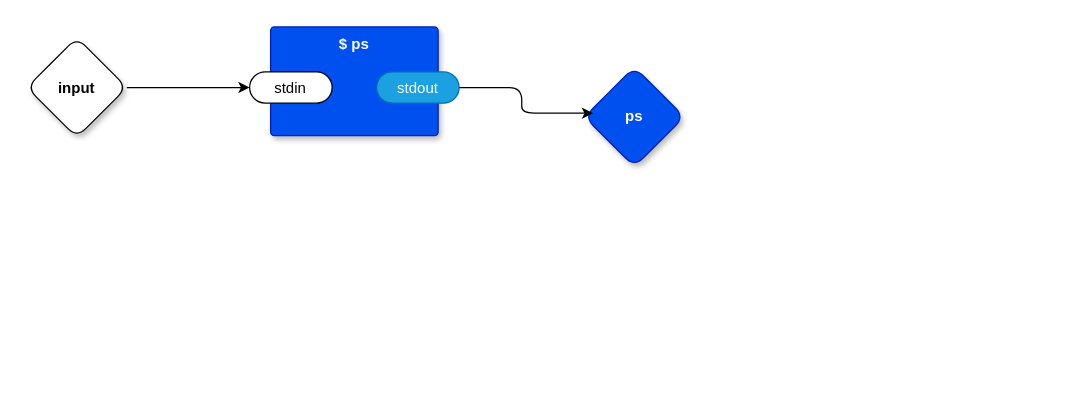
The draw.io diagram vsh.drawio in guitarvydas/odin0d, before the edit. Source tidied: cells renumbered, new cells numbered last; positions are measured from the earlier drawing's top-left corner, leaving out a move shared by most shapes. Both pictures are drawn from the tidied source at 125%, with x=0, y=0 at pixel (26, 26).
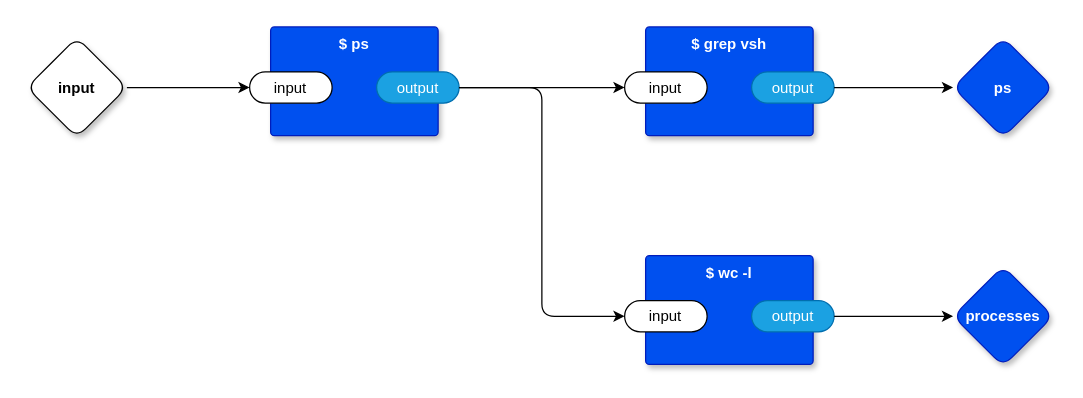
Above is the later version.

The edit, as a diff of the source:
```diff
@@
 <mxGraphModel>
   <root>
-    <mxCell id="0" />
-    <mxCell id="1" parent="0" />
-    <mxCell id="2" style="edgeStyle=orthogonalEdgeStyle;rounded=1;jettySize=auto;html=1;exitX=1;exitY=0.5;exitDx=0;exitDy=0;exitPerimeter=0;entryX=0;entryY=0.5;entryDx=0;entryDy=0;entryPerimeter=0;" parent="1" edge="1" source="3" target="6">
-      <mxGeometry relative="1" as="geometry" />
-    </mxCell>
+    <mxCell id="9" />
+    <mxCell id="10" parent="9" />
+    <mxCell id="11" style="edgeStyle=orthogonalEdgeStyle;rounded=1;jettySize=auto;html=1;exitX=1;exitY=0.5;exitDx=0;exitDy=0;exitPerimeter=0;entryX=0;entryY=0.5;entryDx=0;entryDy=0;entryPerimeter=0;" parent="10" edge="1" source="3" target="12">
+      <mxGeometry relative="1" as="geometry" />
+    </mxCell>
-    <mxCell id="3" value="input" style="rhombus;whiteSpace=wrap;html=1;rounded=1;fontStyle=1;glass=0;sketch=0;fontSize=12;points=[[0,0.5,0,0,0],[0.5,0,0,0,0],[0.5,1,0,0,0],[1,0.5,0,0,0]];shadow=1;" parent="1" vertex="1">
+    <mxCell id="3" value="input" style="rhombus;whiteSpace=wrap;html=1;rounded=1;fontStyle=1;glass=0;sketch=0;fontSize=12;points=[[0,0.5,0,0,0],[0.5,0,0,0,0],[0.5,1,0,0,0],[1,0.5,0,0,0]];shadow=1;" parent="10" vertex="1">
       <mxGeometry y="8.5" width="80" height="80" as="geometry" />
     </mxCell>
-    <mxCell id="4" value="ps" style="rhombus;whiteSpace=wrap;html=1;rounded=1;fillColor=#0050ef;fontColor=#ffffff;strokeColor=#001DBC;fontStyle=1;glass=0;sketch=0;fontSize=12;points=[[0,0.5,0,0,0],[0.5,0,0,0,0],[0.5,1,0,0,0],[1,0.5,0,0,0]];shadow=1;" parent="1" vertex="1">
-      <mxGeometry x="446" y="32" width="80" height="80" as="geometry" />
+    <mxCell id="4" value="ps" style="rhombus;whiteSpace=wrap;html=1;rounded=1;fillColor=#0050ef;fontColor=#ffffff;strokeColor=#001DBC;fontStyle=1;glass=0;sketch=0;fontSize=12;points=[[0,0.5,0,0,0],[0.5,0,0,0,0],[0.5,1,0,0,0],[1,0.5,0,0,0]];shadow=1;" parent="10" vertex="1">
+      <mxGeometry x="741" y="8.5" width="80" height="80" as="geometry" />
     </mxCell>
-    <mxCell id="5" value="$ ps" style="rounded=1;whiteSpace=wrap;html=1;sketch=0;verticalAlign=top;arcSize=6;fontStyle=1;absoluteArcSize=1;shadow=1;strokeColor=#001DBC;fillColor=#0050ef;fontColor=#ffffff;" parent="1" vertex="1">
+    <mxCell id="5" value="$ ps" style="rounded=1;whiteSpace=wrap;html=1;sketch=0;verticalAlign=top;arcSize=6;fontStyle=1;absoluteArcSize=1;shadow=1;strokeColor=#001DBC;fillColor=#0050ef;fontColor=#ffffff;" parent="10" vertex="1">
       <mxGeometry x="195" width="134" height="87" as="geometry" />
     </mxCell>
-    <mxCell id="6" value="stdin" style="rounded=1;whiteSpace=wrap;html=1;sketch=0;points=[[0,0.5,0,0,0],[1,0.5,0,0,0]];arcSize=50;" parent="5" vertex="1">
-      <mxGeometry x="-16.8" y="36" width="66" height="25" as="geometry" />
-    </mxCell>
-    <mxCell id="7" value="stdout" style="rounded=1;whiteSpace=wrap;html=1;sketch=0;points=[[0,0.5,0,0,0],[1,0.5,0,0,0]];fillColor=#1ba1e2;fontColor=#ffffff;strokeColor=#006EAF;arcSize=50;" parent="5" vertex="1">
-      <mxGeometry x="84.8" y="36" width="66" height="25" as="geometry" />
-    </mxCell>
-    <mxCell id="8" style="edgeStyle=orthogonalEdgeStyle;rounded=1;jettySize=auto;html=1;exitX=1;exitY=0.5;exitDx=0;exitDy=0;exitPerimeter=0;entryX=0.088;entryY=0.463;entryDx=0;entryDy=0;entryPerimeter=0;" parent="1" edge="1" source="7" target="4">
-      <mxGeometry relative="1" as="geometry" />
-    </mxCell>
+    <mxCell id="12" value="input" style="rounded=1;whiteSpace=wrap;html=1;sketch=0;points=[[0,0.5,0,0,0],[1,0.5,0,0,0]];arcSize=50;" parent="5" vertex="1">
+      <mxGeometry x="-16.8" y="36" width="66" height="25" as="geometry" />
+    </mxCell>
+    <mxCell id="13" value="output" style="rounded=1;whiteSpace=wrap;html=1;sketch=0;points=[[0,0.5,0,0,0],[1,0.5,0,0,0]];fillColor=#1ba1e2;fontColor=#ffffff;strokeColor=#006EAF;arcSize=50;" parent="5" vertex="1">
+      <mxGeometry x="84.8" y="36" width="66" height="25" as="geometry" />
+    </mxCell>
+    <mxCell id="14" value="$ grep vsh" style="rounded=1;whiteSpace=wrap;html=1;sketch=0;verticalAlign=top;arcSize=6;fontStyle=1;absoluteArcSize=1;shadow=1;strokeColor=#001DBC;fillColor=#0050ef;fontColor=#ffffff;" parent="10" vertex="1">
+      <mxGeometry x="495" width="134" height="87" as="geometry" />
+    </mxCell>
+    <mxCell id="15" value="input" style="rounded=1;whiteSpace=wrap;html=1;sketch=0;points=[[0,0.5,0,0,0],[1,0.5,0,0,0]];arcSize=50;" parent="14" vertex="1">
+      <mxGeometry x="-16.8" y="36" width="66" height="25" as="geometry" />
+    </mxCell>
+    <mxCell id="16" value="output" style="rounded=1;whiteSpace=wrap;html=1;sketch=0;points=[[0,0.5,0,0,0],[1,0.5,0,0,0]];fillColor=#1ba1e2;fontColor=#ffffff;strokeColor=#006EAF;arcSize=50;" parent="14" vertex="1">
+      <mxGeometry x="84.8" y="36" width="66" height="25" as="geometry" />
+    </mxCell>
+    <mxCell id="17" style="edgeStyle=orthogonalEdgeStyle;rounded=1;jettySize=auto;html=1;exitX=1;exitY=0.5;exitDx=0;exitDy=0;exitPerimeter=0;entryX=0;entryY=0.5;entryDx=0;entryDy=0;entryPerimeter=0;" parent="10" edge="1" source="16" target="4">
+      <mxGeometry relative="1" as="geometry" />
+    </mxCell>
+    <mxCell id="18" value="$ wc -l" style="rounded=1;whiteSpace=wrap;html=1;sketch=0;verticalAlign=top;arcSize=6;fontStyle=1;absoluteArcSize=1;shadow=1;strokeColor=#001DBC;fillColor=#0050ef;fontColor=#ffffff;" parent="10" vertex="1">
+      <mxGeometry x="495" y="183" width="134" height="87" as="geometry" />
+    </mxCell>
+    <mxCell id="19" value="input" style="rounded=1;whiteSpace=wrap;html=1;sketch=0;points=[[0,0.5,0,0,0],[1,0.5,0,0,0]];arcSize=50;" parent="18" vertex="1">
+      <mxGeometry x="-16.8" y="36" width="66" height="25" as="geometry" />
+    </mxCell>
+    <mxCell id="20" value="output" style="rounded=1;whiteSpace=wrap;html=1;sketch=0;points=[[0,0.5,0,0,0],[1,0.5,0,0,0]];fillColor=#1ba1e2;fontColor=#ffffff;strokeColor=#006EAF;arcSize=50;" parent="18" vertex="1">
+      <mxGeometry x="84.8" y="36" width="66" height="25" as="geometry" />
+    </mxCell>
+    <mxCell id="21" value="processes" style="rhombus;whiteSpace=wrap;html=1;rounded=1;fillColor=#0050ef;fontColor=#ffffff;strokeColor=#001DBC;fontStyle=1;glass=0;sketch=0;fontSize=12;points=[[0,0.5,0,0,0],[0.5,0,0,0,0],[0.5,1,0,0,0],[1,0.5,0,0,0]];shadow=1;" parent="10" vertex="1">
+      <mxGeometry x="741" y="191.5" width="80" height="80" as="geometry" />
+    </mxCell>
+    <mxCell id="22" style="edgeStyle=orthogonalEdgeStyle;rounded=1;jettySize=auto;html=1;exitX=1;exitY=0.5;exitDx=0;exitDy=0;exitPerimeter=0;entryX=0;entryY=0.5;entryDx=0;entryDy=0;entryPerimeter=0;" parent="10" edge="1" source="20" target="21">
+      <mxGeometry relative="1" as="geometry" />
+    </mxCell>
+    <mxCell id="23" style="edgeStyle=orthogonalEdgeStyle;rounded=0;jettySize=auto;html=1;exitX=1;exitY=0.5;exitDx=0;exitDy=0;exitPerimeter=0;entryX=0;entryY=0.5;entryDx=0;entryDy=0;entryPerimeter=0;" parent="10" edge="1" source="13" target="15">
+      <mxGeometry relative="1" as="geometry" />
+    </mxCell>
+    <mxCell id="24" style="edgeStyle=orthogonalEdgeStyle;rounded=1;jettySize=auto;html=1;exitX=1;exitY=0.5;exitDx=0;exitDy=0;exitPerimeter=0;entryX=0;entryY=0.5;entryDx=0;entryDy=0;entryPerimeter=0;" parent="10" edge="1" source="13" target="19">
+      <mxGeometry relative="1" as="geometry" />
+    </mxCell>
   </root>
 </mxGraphModel>
```
